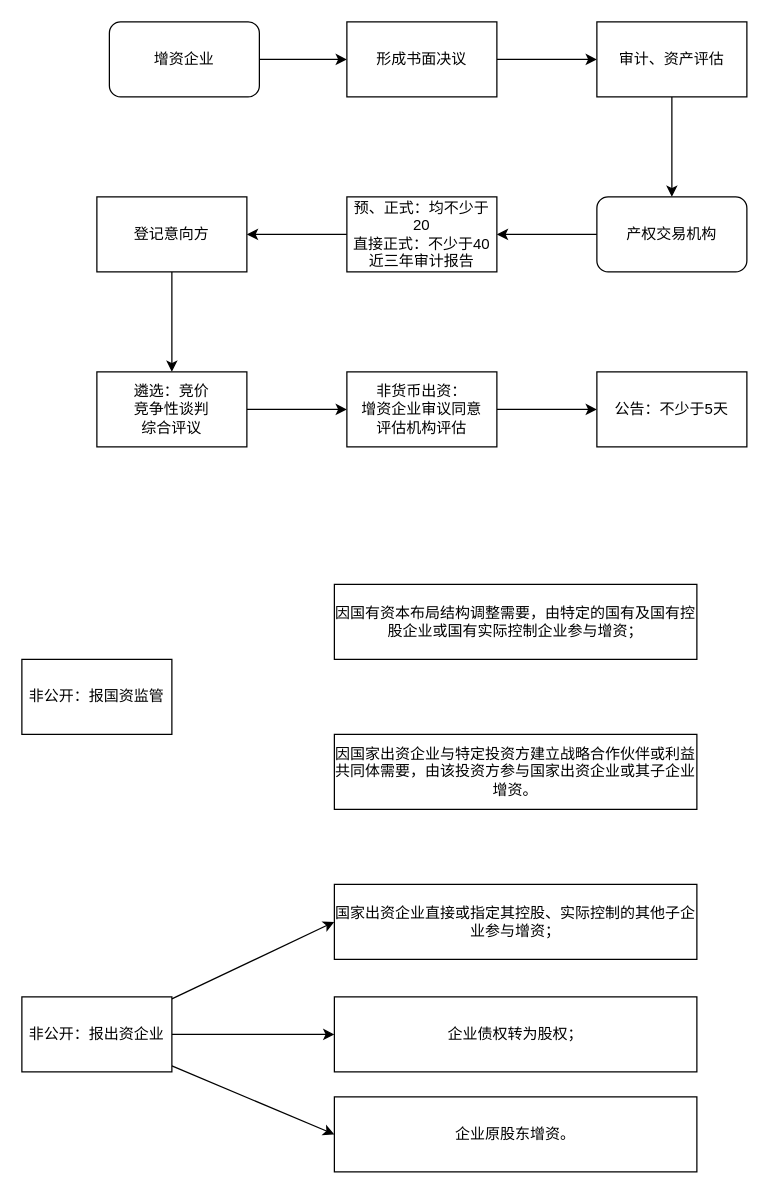
This is page "zz-flow" (3 of 5) of biz/biz.dio from OMGTAN/study, a draw.io file, before an edit. Source tidied: cells renumbered, new cells numbered last; positions are measured from the earlier drawing's top-left corner, leaving out a move shared by most shapes. Both pictures are drawn from the tidied source at 125%, with x=0, y=0 at pixel (21, 21).
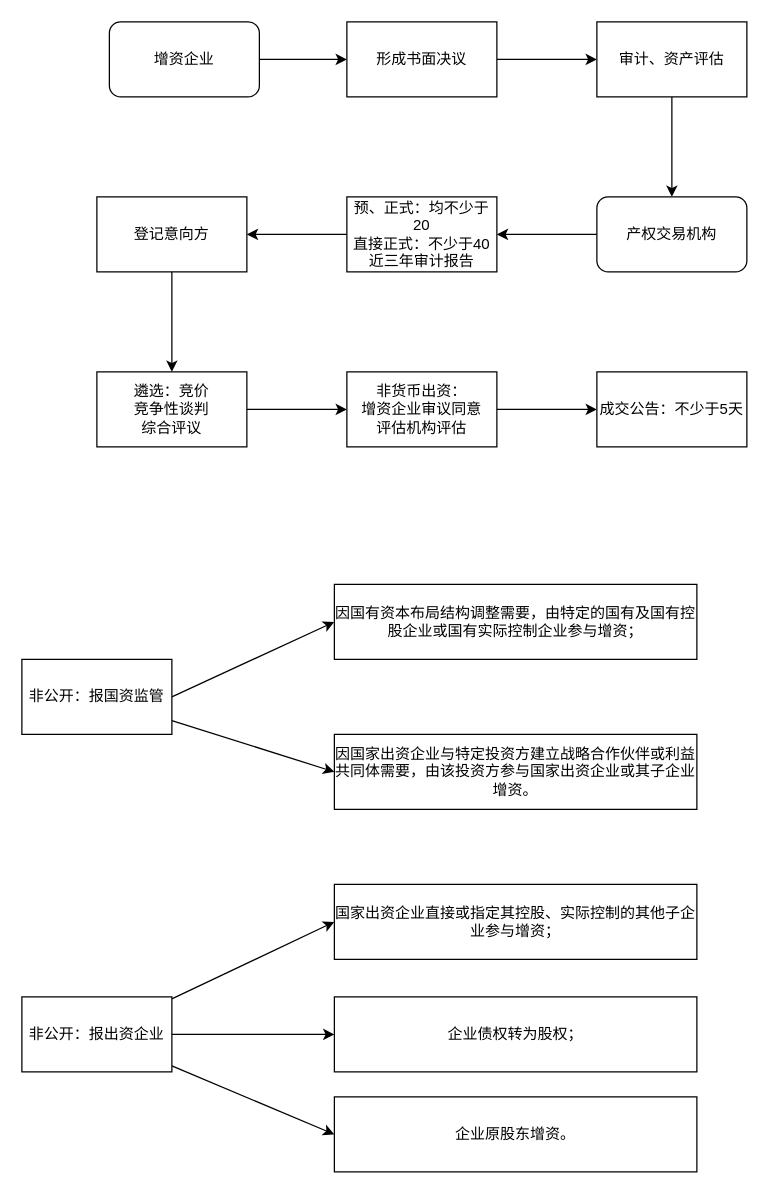
Above is the later version.

Unchanged cells that the change refers to:
```xml
<mxCell id="19" value="非公开：报国资监管" style="rounded=0;whiteSpace=wrap;html=1;" parent="1" vertex="1">
  <mxGeometry y="510" width="120" height="60" as="geometry" />
</mxCell>
<mxCell id="20" value="因国有资本布局结构调整需要，由特定的国有及国有控股企业或国有实际控制企业参与增资；" style="rounded=0;whiteSpace=wrap;html=1;" parent="1" vertex="1">
  <mxGeometry x="250" y="450" width="290" height="60" as="geometry" />
</mxCell>
<mxCell id="21" value="因国家出资企业与特定投资方建立战略合作伙伴或利益共同体需要，由该投资方参与国家出资企业或其子企业增资。" style="rounded=0;whiteSpace=wrap;html=1;" parent="1" vertex="1">
  <mxGeometry x="250" y="570" width="290" height="60" as="geometry" />
</mxCell>
```

The edit, as a diff of the source:
```diff
@@
-    <mxCell id="18" value="公告：不少于5天" style="whiteSpace=wrap;html=1;rounded=0;" parent="1" vertex="1">
+    <mxCell id="18" value="成交公告：不少于5天" style="whiteSpace=wrap;html=1;rounded=0;" parent="1" vertex="1">
       <mxGeometry x="460" y="280" width="120" height="60" as="geometry" />
     </mxCell>
+    <mxCell id="29" style="edgeStyle=none;html=1;exitX=1;exitY=0.5;exitDx=0;exitDy=0;entryX=0;entryY=0.5;entryDx=0;entryDy=0;" parent="1" edge="1" source="19" target="20">
+      <mxGeometry relative="1" as="geometry" />
+    </mxCell>
+    <mxCell id="30" style="edgeStyle=none;html=1;entryX=0;entryY=0.5;entryDx=0;entryDy=0;" parent="1" edge="1" source="19" target="21">
+      <mxGeometry relative="1" as="geometry" />
+    </mxCell>
```
